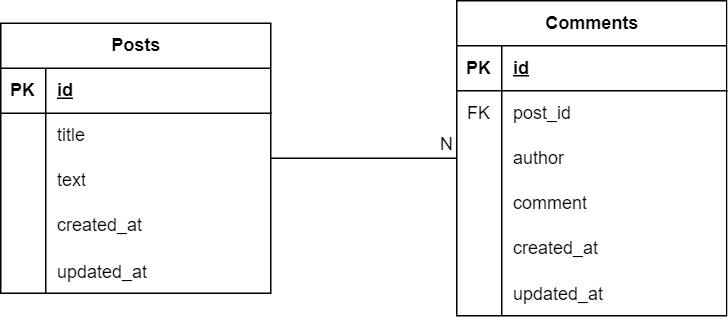
Earlier version of the draw.io export database/initial db diagram.png (jlopezestrada/laravel-blog). Source tidied: cells renumbered, new cells last; positions are measured from the earlier drawing's top-left corner, leaving out a move shared by most shapes.
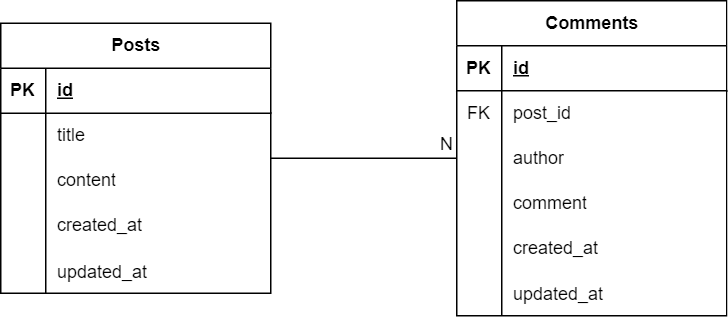
The same file after the commit.

What changed in the source:
```diff
@@ -29,7 +29,7 @@
     <mxCell id="10" style="shape=partialRectangle;fillColor=none;top=0;left=0;bottom=0;right=0;overflow=hidden;whiteSpace=wrap;html=1;" parent="9" vertex="1">
       <mxGeometry width="30" height="30" as="geometry" />
     </mxCell>
-    <mxCell id="11" value="text" style="shape=partialRectangle;fillColor=none;top=0;left=0;bottom=0;right=0;align=left;spacingLeft=6;overflow=hidden;whiteSpace=wrap;html=1;" parent="9" vertex="1">
+    <mxCell id="11" value="content" style="shape=partialRectangle;fillColor=none;top=0;left=0;bottom=0;right=0;align=left;spacingLeft=6;overflow=hidden;whiteSpace=wrap;html=1;" parent="9" vertex="1">
       <mxGeometry x="30" width="150" height="30" as="geometry" />
     </mxCell>
     <mxCell id="12" style="shape=tableRow;horizontal=0;startSize=0;swimlaneHead=0;swimlaneBody=0;fillColor=none;top=0;left=0;right=0;bottom=0;" parent="2" vertex="1">
```
